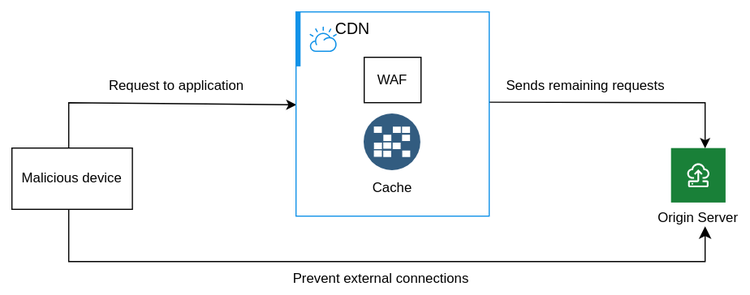
This is images/ddos0overview.svg from ibm-cloud-docs/cis, a draw.io export, as it was before one commit. Source tidied: cells renumbered, new cells last; positions are measured from the earlier drawing's top-left corner, leaving out a move shared by most shapes.
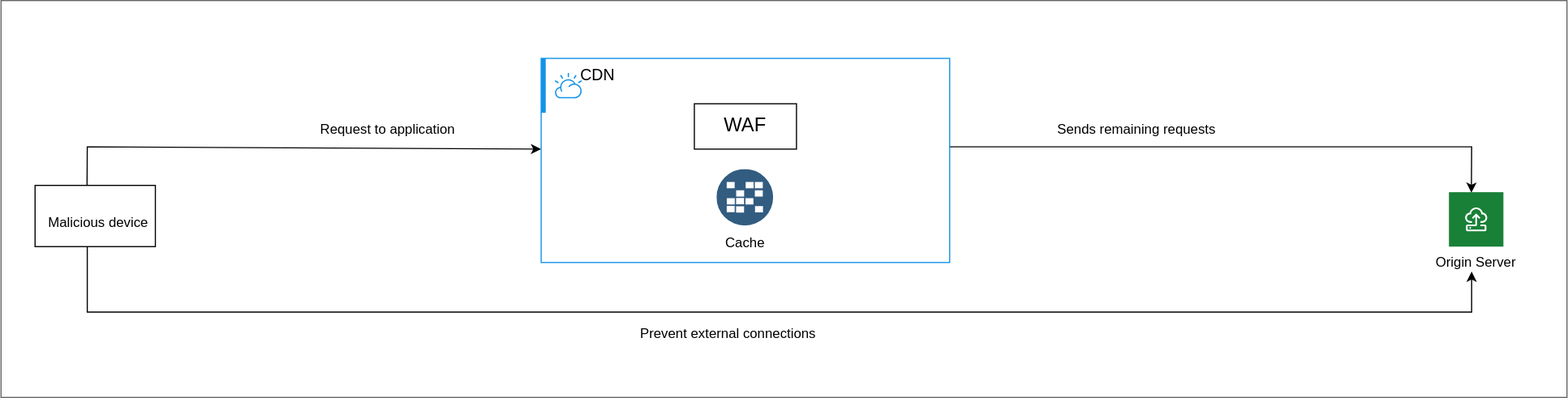
After the change.

Diff of the diagram source:
```diff
@@ -2,85 +2,85 @@
   <root>
     <mxCell id="0" />
     <mxCell id="1" parent="0" />
-    <mxCell id="2" style="rounded=0;whiteSpace=wrap;html=1;fillColor=default;strokeColor=none;" parent="1" vertex="1">
-      <mxGeometry width="660" height="260" as="geometry" />
-    </mxCell>
-    <mxCell id="3" value="Origin Server&#10;" style="shape=rect;fillColor=#198038;labelPosition=center;verticalLabelPosition=bottom;align=center;verticalAlign=top;strokeColor=none;fontSize=12;" parent="1" vertex="1">
-      <mxGeometry x="590" y="130" width="48" height="48" as="geometry" />
-    </mxCell>
-    <mxCell id="4" style="fillColor=#ffffff;strokeColor=none;dashed=0;html=1;labelPosition=center;verticalLabelPosition=bottom;verticalAlign=top;shape=mxgraph.ibm_cloud.ibm-cloud--virtual-server-classic;" parent="3" vertex="1">
-      <mxGeometry width="24" height="24" relative="1" as="geometry">
-        <mxPoint x="12" y="12" as="offset" />
-      </mxGeometry>
-    </mxCell>
-    <mxCell id="5" style="rounded=0;whiteSpace=wrap;html=1;" parent="1" vertex="1">
-      <mxGeometry x="10" y="130" width="106" height="54" as="geometry" />
-    </mxCell>
+    <mxCell id="22" style="rounded=0;whiteSpace=wrap;html=1;strokeColor=#666666;" parent="1" vertex="1">
+      <mxGeometry x="1760" y="-4710" width="1380" height="350" as="geometry" />
+    </mxCell>
+    <mxCell id="23" style="rounded=0;whiteSpace=wrap;html=1;" parent="1" vertex="1">
+      <mxGeometry x="1790" y="-4547" width="106" height="54" as="geometry" />
+    </mxCell>
     <mxCell id="6" value="Malicious device" style="text;html=1;align=center;verticalAlign=middle;whiteSpace=wrap;rounded=0;" parent="1" vertex="1">
-      <mxGeometry x="13" y="144.8" width="100" height="24.5" as="geometry" />
+      <mxGeometry x="1796" y="-4526.2" width="100" height="24.5" as="geometry" />
     </mxCell>
-    <mxCell id="7" style="html=1;labelBackgroundColor=#ffffff;endArrow=classic;endFill=1;endSize=6;jettySize=auto;strokeWidth=1;fontSize=14;rounded=0;entryX=0.002;entryY=0.455;entryDx=0;entryDy=0;entryPerimeter=0;" parent="1" edge="1" target="13">
-      <mxGeometry relative="1" as="geometry">
-        <mxPoint x="60" y="130" as="sourcePoint" />
-        <Array as="points">
-          <mxPoint x="60" y="90" />
-        </Array>
-      </mxGeometry>
-    </mxCell>
-    <mxCell id="8" style="endArrow=classic;html=1;rounded=0;entryX=0.625;entryY=0.003;entryDx=0;entryDy=0;exitX=1.001;exitY=0.442;exitDx=0;exitDy=0;exitPerimeter=0;entryPerimeter=0;" parent="1" edge="1" source="13" target="3">
-      <mxGeometry relative="1" as="geometry">
-        <Array as="points">
-          <mxPoint x="620" y="90" />
-        </Array>
-      </mxGeometry>
-    </mxCell>
+    <mxCell id="24" style="html=1;labelBackgroundColor=#ffffff;endArrow=classic;endFill=1;endSize=6;jettySize=auto;strokeWidth=1;fontSize=14;rounded=0;exitX=0.432;exitY=-0.008;exitDx=0;exitDy=0;exitPerimeter=0;" parent="1" edge="1" source="23">
+      <mxGeometry relative="1" as="geometry">
+        <mxPoint x="2236" y="-4579" as="targetPoint" />
+        <Array as="points">
+          <mxPoint x="1836" y="-4581" />
+        </Array>
+      </mxGeometry>
+    </mxCell>
+    <mxCell id="25" style="endArrow=classic;html=1;rounded=0;entryX=0.412;entryY=0.01;entryDx=0;entryDy=0;entryPerimeter=0;" parent="1" edge="1" target="3">
+      <mxGeometry relative="1" as="geometry">
+        <mxPoint x="2596" y="-4581" as="sourcePoint" />
+        <Array as="points">
+          <mxPoint x="3056" y="-4581" />
+        </Array>
+      </mxGeometry>
+    </mxCell>
     <mxCell id="9" value="Request to application" style="text;html=1;align=center;verticalAlign=middle;whiteSpace=wrap;rounded=0;" parent="1" vertex="1">
-      <mxGeometry x="80" y="60" width="150" height="30" as="geometry" />
+      <mxGeometry x="2026" y="-4611" width="150" height="30" as="geometry" />
     </mxCell>
     <mxCell id="10" value="Sends remaining requests" style="text;html=1;align=center;verticalAlign=middle;whiteSpace=wrap;rounded=0;" parent="1" vertex="1">
-      <mxGeometry x="440" y="60" width="150" height="30" as="geometry" />
+      <mxGeometry x="2686" y="-4611" width="150" height="30" as="geometry" />
     </mxCell>
-    <mxCell id="11" style="edgeStyle=segmentEdgeStyle;endArrow=classic;html=1;curved=0;rounded=0;endSize=8;startSize=8;" parent="1" edge="1">
-      <mxGeometry relative="1" as="geometry">
-        <mxPoint x="60" y="184" as="sourcePoint" />
-        <mxPoint x="620" y="199" as="targetPoint" />
-        <Array as="points">
-          <mxPoint x="60" y="230" />
-          <mxPoint x="620" y="230" />
-        </Array>
-      </mxGeometry>
-    </mxCell>
     <mxCell id="12" value="Prevent external connections" style="text;html=1;align=center;verticalAlign=middle;whiteSpace=wrap;rounded=0;" parent="1" vertex="1">
-      <mxGeometry x="190" y="230" width="290" height="30" as="geometry" />
+      <mxGeometry x="2256" y="-4431" width="290" height="30" as="geometry" />
     </mxCell>
-    <mxCell id="13" style="html=1;whiteSpace=wrap;strokeColor=#1192E8;fillColor=none;strokeWidth=1;" parent="1" vertex="1">
-      <mxGeometry x="260" y="10" width="170" height="180" as="geometry" />
-    </mxCell>
-    <mxCell id="14" style="shape=rect;fillColor=none;labelPosition=right;verticalLabelPosition=middle;align=left;verticalAlign=middle;strokeColor=none;spacingLeft=5;fontSize=14;" parent="13" vertex="1">
-      <mxGeometry width="48" height="48" relative="1" as="geometry" />
-    </mxCell>
-    <mxCell id="15" style="fillColor=#1192E8;shape=mxgraph.ibm_cloud.ibm-cloud;strokeColor=none;dashed=0;html=1;labelPosition=center;verticalLabelPosition=bottom;verticalAlign=top;" parent="14" vertex="1">
-      <mxGeometry width="24" height="24" relative="1" as="geometry">
-        <mxPoint x="12" y="12" as="offset" />
-      </mxGeometry>
-    </mxCell>
-    <mxCell id="16" style="shape=rect;fillColor=#1192E8;labelPosition=right;verticalLabelPosition=middle;align=left;verticalAlign=middle;strokeColor=none;spacingLeft=5;fontSize=14;" parent="13" vertex="1">
-      <mxGeometry width="4" height="48" relative="1" as="geometry" />
-    </mxCell>
-    <mxCell id="17" style="image;perimeter=ellipsePerimeter;html=1;align=center;shadow=0;dashed=0;fontColor=#4277BB;labelBackgroundColor=default;fontSize=12;spacingTop=3;image=img/lib/ibm/data/caches.svg;" parent="13" vertex="1">
-      <mxGeometry x="60" y="90" width="50" height="50" as="geometry" />
-    </mxCell>
+    <mxCell id="26" style="html=1;whiteSpace=wrap;strokeColor=#1192E8;fillColor=none;strokeWidth=1;" parent="1" vertex="1">
+      <mxGeometry x="2236" y="-4659" width="360" height="180" as="geometry" />
+    </mxCell>
+    <mxCell id="27" style="shape=rect;fillColor=none;labelPosition=right;verticalLabelPosition=middle;align=left;verticalAlign=middle;strokeColor=none;spacingLeft=5;fontSize=14;" parent="26" vertex="1">
+      <mxGeometry width="48" height="48" relative="1" as="geometry" />
+    </mxCell>
+    <mxCell id="28" style="fillColor=#1192E8;shape=mxgraph.ibm_cloud.ibm-cloud;strokeColor=none;dashed=0;html=1;labelPosition=center;verticalLabelPosition=bottom;verticalAlign=top;" parent="27" vertex="1">
+      <mxGeometry width="24" height="24" relative="1" as="geometry">
+        <mxPoint x="12" y="12" as="offset" />
+      </mxGeometry>
+    </mxCell>
+    <mxCell id="29" style="shape=rect;fillColor=#1192E8;labelPosition=right;verticalLabelPosition=middle;align=left;verticalAlign=middle;strokeColor=none;spacingLeft=5;fontSize=14;" parent="26" vertex="1">
+      <mxGeometry width="4" height="48" relative="1" as="geometry" />
+    </mxCell>
+    <mxCell id="30" style="image;perimeter=ellipsePerimeter;html=1;align=center;shadow=0;dashed=0;fontColor=#4277BB;labelBackgroundColor=default;fontSize=12;spacingTop=3;image=img/lib/ibm/data/caches.svg;" parent="26" vertex="1">
+      <mxGeometry x="155" y="98" width="50" height="50" as="geometry" />
+    </mxCell>
-    <mxCell id="18" value="Cache" style="text;html=1;align=center;verticalAlign=middle;whiteSpace=wrap;rounded=0;" parent="13" vertex="1">
-      <mxGeometry x="55" y="140" width="60" height="30" as="geometry" />
+    <mxCell id="18" value="Cache" style="text;html=1;align=center;verticalAlign=middle;whiteSpace=wrap;rounded=0;" parent="26" vertex="1">
+      <mxGeometry x="150" y="148" width="60" height="30" as="geometry" />
     </mxCell>
-    <mxCell id="19" style="rounded=0;whiteSpace=wrap;html=1;" parent="13" vertex="1">
-      <mxGeometry x="60" y="40" width="50" height="40" as="geometry" />
-    </mxCell>
+    <mxCell id="31" style="rounded=0;whiteSpace=wrap;html=1;" parent="26" vertex="1">
+      <mxGeometry x="135" y="40" width="90" height="40" as="geometry" />
+    </mxCell>
-    <mxCell id="20" value="&lt;font&gt;WAF&lt;/font&gt;" style="text;html=1;align=center;verticalAlign=middle;whiteSpace=wrap;rounded=0;" parent="13" vertex="1">
-      <mxGeometry x="35" y="40" width="100" height="40" as="geometry" />
+    <mxCell id="20" value="&lt;font style=&quot;font-size: 17px;&quot;&gt;WAF&lt;/font&gt;" style="text;html=1;align=center;verticalAlign=middle;whiteSpace=wrap;rounded=0;" parent="26" vertex="1">
+      <mxGeometry x="130" y="40" width="100" height="40" as="geometry" />
     </mxCell>
-    <mxCell id="21" value="&lt;font style=&quot;font-size: 14px;&quot;&gt;CDN&lt;/font&gt;" style="text;html=1;whiteSpace=wrap;strokeColor=none;fillColor=none;align=center;verticalAlign=middle;rounded=0;" parent="13" vertex="1">
+    <mxCell id="21" value="&lt;font style=&quot;font-size: 14px;&quot;&gt;CDN&lt;/font&gt;" style="text;html=1;whiteSpace=wrap;strokeColor=none;fillColor=none;align=center;verticalAlign=middle;rounded=0;" parent="26" vertex="1">
       <mxGeometry x="20" width="60" height="30" as="geometry" />
     </mxCell>
+    <mxCell id="3" value="Origin Server&#10;" style="shape=rect;fillColor=#198038;labelPosition=center;verticalLabelPosition=bottom;align=center;verticalAlign=top;strokeColor=none;fontSize=12;" parent="1" vertex="1">
+      <mxGeometry x="3036" y="-4541" width="48" height="48" as="geometry" />
+    </mxCell>
+    <mxCell id="32" style="fillColor=#ffffff;strokeColor=none;dashed=0;html=1;labelPosition=center;verticalLabelPosition=bottom;verticalAlign=top;shape=mxgraph.ibm_cloud.ibm-cloud--virtual-server-classic;" parent="3" vertex="1">
+      <mxGeometry width="24" height="24" relative="1" as="geometry">
+        <mxPoint x="12" y="12" as="offset" />
+      </mxGeometry>
+    </mxCell>
+    <mxCell id="33" style="edgeStyle=elbowEdgeStyle;rounded=0;elbow=vertical;html=1;labelBackgroundColor=#ffffff;endArrow=classic;endFill=1;endSize=6;jettySize=auto;orthogonalLoop=1;strokeWidth=1;fontSize=14;" parent="1" edge="1">
+      <mxGeometry relative="1" as="geometry">
+        <mxPoint x="1836" y="-4493" as="sourcePoint" />
+        <mxPoint x="3056" y="-4471" as="targetPoint" />
+        <Array as="points">
+          <mxPoint x="2766" y="-4435.3" />
+        </Array>
+      </mxGeometry>
+    </mxCell>
   </root>
 </mxGraphModel>
```
